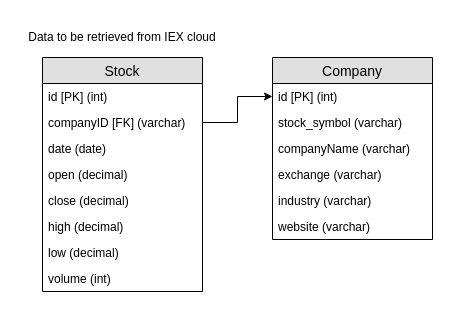
Before: Database Details/Software Engineering.drawio in KeanUniversity-CS-SELab/Team1, a draw.io diagram. Source tidied: cells renumbered, new cells numbered last; positions are measured from the earlier drawing's top-left corner, leaving out a move shared by most shapes. Both pictures are drawn from the tidied source at 100%, with x=0, y=0 at pixel (17, 27).
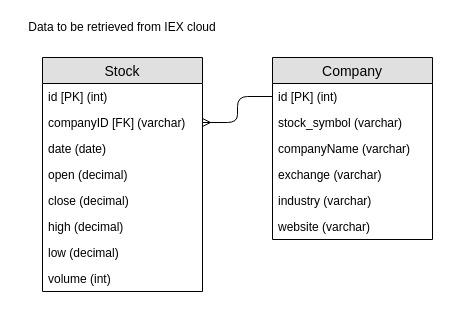
After the change.

Diff of the diagram source:
```diff
@@
 <mxGraphModel>
   <root>
     <mxCell id="0" />
     <mxCell id="1" parent="0" />
     <mxCell id="2" value="Stock" style="swimlane;fontStyle=0;horizontal=1;startSize=26;fillColor=#e0e0e0;swimlaneFillColor=#ffffff;align=center;fontSize=14;" parent="1" vertex="1">
       <mxGeometry x="25" y="30" width="160" height="234" as="geometry" />
     </mxCell>
     <mxCell id="3" value="id [PK] (int)" style="text;strokeColor=none;fillColor=none;spacingLeft=4;spacingRight=4;overflow=hidden;fontSize=12;" parent="2" vertex="1">
       <mxGeometry y="26" width="160" height="26" as="geometry" />
     </mxCell>
     <mxCell id="4" value="companyID [FK] (varchar)" style="text;strokeColor=none;fillColor=none;spacingLeft=4;spacingRight=4;overflow=hidden;points=[[0,0.5],[1,0.5]];portConstraint=eastwest;fontSize=12;" parent="2" vertex="1">
       <mxGeometry y="52" width="160" height="26" as="geometry" />
     </mxCell>
     <mxCell id="5" value="date (date)" style="text;strokeColor=none;fillColor=none;spacingLeft=4;spacingRight=4;overflow=hidden;fontSize=12;" parent="2" vertex="1">
       <mxGeometry y="78" width="160" height="26" as="geometry" />
     </mxCell>
     <mxCell id="6" value="open (decimal)" style="text;strokeColor=none;fillColor=none;spacingLeft=4;spacingRight=4;overflow=hidden;fontSize=12;" parent="2" vertex="1">
       <mxGeometry y="104" width="160" height="26" as="geometry" />
     </mxCell>
     <mxCell id="7" value="close (decimal)" style="text;strokeColor=none;fillColor=none;spacingLeft=4;spacingRight=4;overflow=hidden;fontSize=12;" parent="2" vertex="1">
       <mxGeometry y="130" width="160" height="26" as="geometry" />
     </mxCell>
     <mxCell id="8" value="high (decimal)" style="text;strokeColor=none;fillColor=none;spacingLeft=4;spacingRight=4;overflow=hidden;fontSize=12;" parent="2" vertex="1">
       <mxGeometry y="156" width="160" height="26" as="geometry" />
     </mxCell>
     <mxCell id="9" value="low (decimal)" style="text;strokeColor=none;fillColor=none;spacingLeft=4;spacingRight=4;overflow=hidden;fontSize=12;" parent="2" vertex="1">
       <mxGeometry y="182" width="160" height="26" as="geometry" />
     </mxCell>
     <mxCell id="10" value="volume (int)" style="text;strokeColor=none;fillColor=none;spacingLeft=4;spacingRight=4;overflow=hidden;fontSize=12;" parent="2" vertex="1">
       <mxGeometry y="208" width="160" height="26" as="geometry" />
     </mxCell>
     <mxCell id="11" value="Data to be retrieved from IEX cloud" style="text;html=1;strokeColor=none;fillColor=none;align=center;verticalAlign=middle;whiteSpace=wrap;rounded=0;" parent="1" vertex="1">
-      <mxGeometry width="210" height="20" as="geometry" />
+      <mxGeometry y="-10" width="210" height="20" as="geometry" />
     </mxCell>
     <mxCell id="12" value="Company" style="swimlane;fontStyle=0;horizontal=1;startSize=26;fillColor=#e0e0e0;swimlaneFillColor=#ffffff;align=center;fontSize=14;" parent="1" vertex="1">
       <mxGeometry x="255" y="30" width="160" height="182" as="geometry" />
     </mxCell>
     <mxCell id="13" value="id [PK] (int)" style="text;strokeColor=none;fillColor=none;spacingLeft=4;spacingRight=4;overflow=hidden;points=[[0,0.5],[1,0.5]];portConstraint=eastwest;fontSize=12;" parent="12" vertex="1">
       <mxGeometry y="26" width="160" height="26" as="geometry" />
     </mxCell>
     <mxCell id="14" value="stock_symbol (varchar)" style="text;strokeColor=none;fillColor=none;spacingLeft=4;spacingRight=4;overflow=hidden;fontSize=12;" parent="12" vertex="1">
       <mxGeometry y="52" width="160" height="26" as="geometry" />
     </mxCell>
     <mxCell id="15" value="companyName (varchar)&#10;" style="text;strokeColor=none;fillColor=none;spacingLeft=4;spacingRight=4;overflow=hidden;fontSize=12;" parent="12" vertex="1">
       <mxGeometry y="78" width="160" height="26" as="geometry" />
     </mxCell>
     <mxCell id="16" value="exchange (varchar)&#10;" style="text;strokeColor=none;fillColor=none;spacingLeft=4;spacingRight=4;overflow=hidden;fontSize=12;" parent="12" vertex="1">
       <mxGeometry y="104" width="160" height="26" as="geometry" />
     </mxCell>
     <mxCell id="17" value="industry (varchar)&#10;" style="text;strokeColor=none;fillColor=none;spacingLeft=4;spacingRight=4;overflow=hidden;fontSize=12;" parent="12" vertex="1">
       <mxGeometry y="130" width="160" height="26" as="geometry" />
     </mxCell>
     <mxCell id="18" value="website (varchar)&#10;" style="text;strokeColor=none;fillColor=none;spacingLeft=4;spacingRight=4;overflow=hidden;fontSize=12;" parent="12" vertex="1">
       <mxGeometry y="156" width="160" height="26" as="geometry" />
     </mxCell>
-    <mxCell id="19" style="edgeStyle=orthogonalEdgeStyle;rounded=0;jettySize=auto;html=1;exitX=1;exitY=0.5;exitDx=0;exitDy=0;entryX=0;entryY=0.5;entryDx=0;entryDy=0;" parent="1" edge="1" source="4" target="13">
-      <mxGeometry relative="1" as="geometry" />
-    </mxCell>
+    <mxCell id="20" style="fontSize=12;html=1;endArrow=ERmany;entryX=1;entryY=0.5;entryDx=0;entryDy=0;exitX=0;exitY=0.5;exitDx=0;exitDy=0;edgeStyle=orthogonalEdgeStyle;" parent="1" edge="1" source="13" target="4">
+      <mxGeometry relative="1" as="geometry" />
+    </mxCell>
   </root>
 </mxGraphModel>
```
